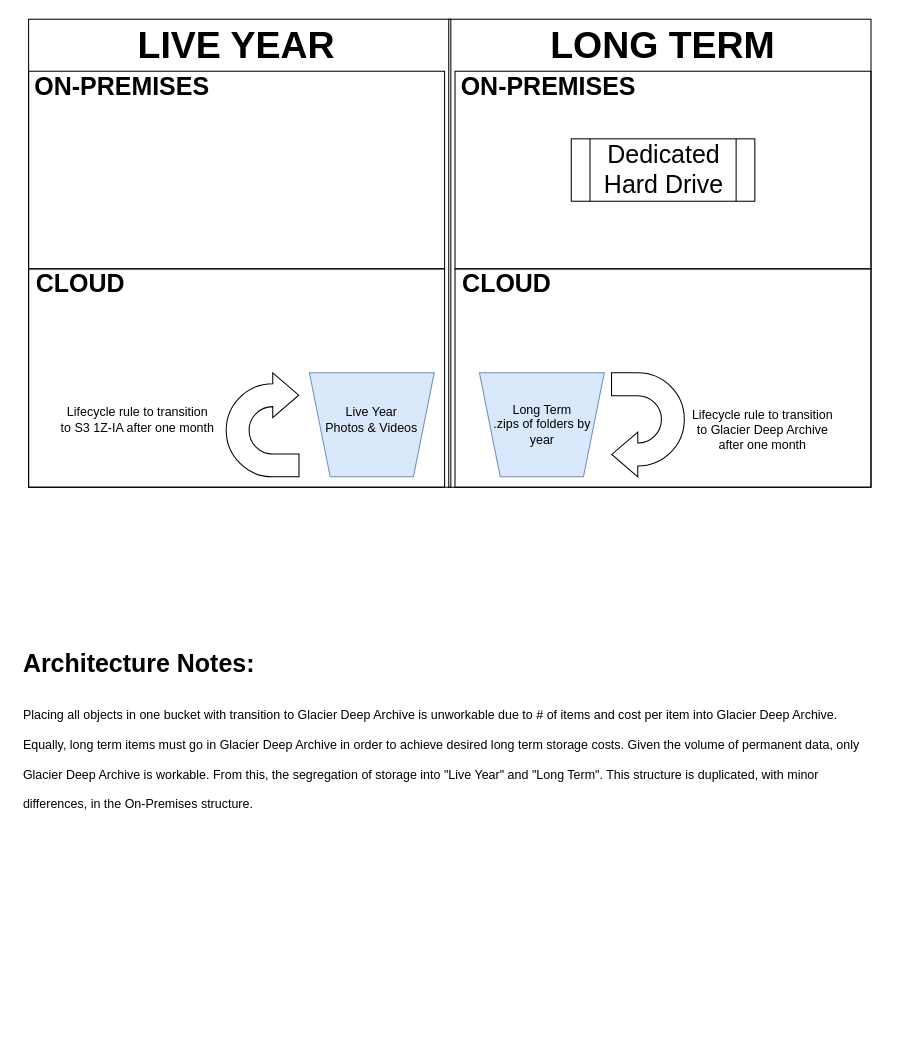
The draw.io diagram S3_Backup_Structure.drawio in ancollis757/generaltools, before the edit. Source tidied: cells renumbered, new cells numbered last; positions are measured from the earlier drawing's top-left corner, leaving out a move shared by most shapes. Both pictures are drawn from the tidied source at 104%, with x=0, y=0 at pixel (18, 19).
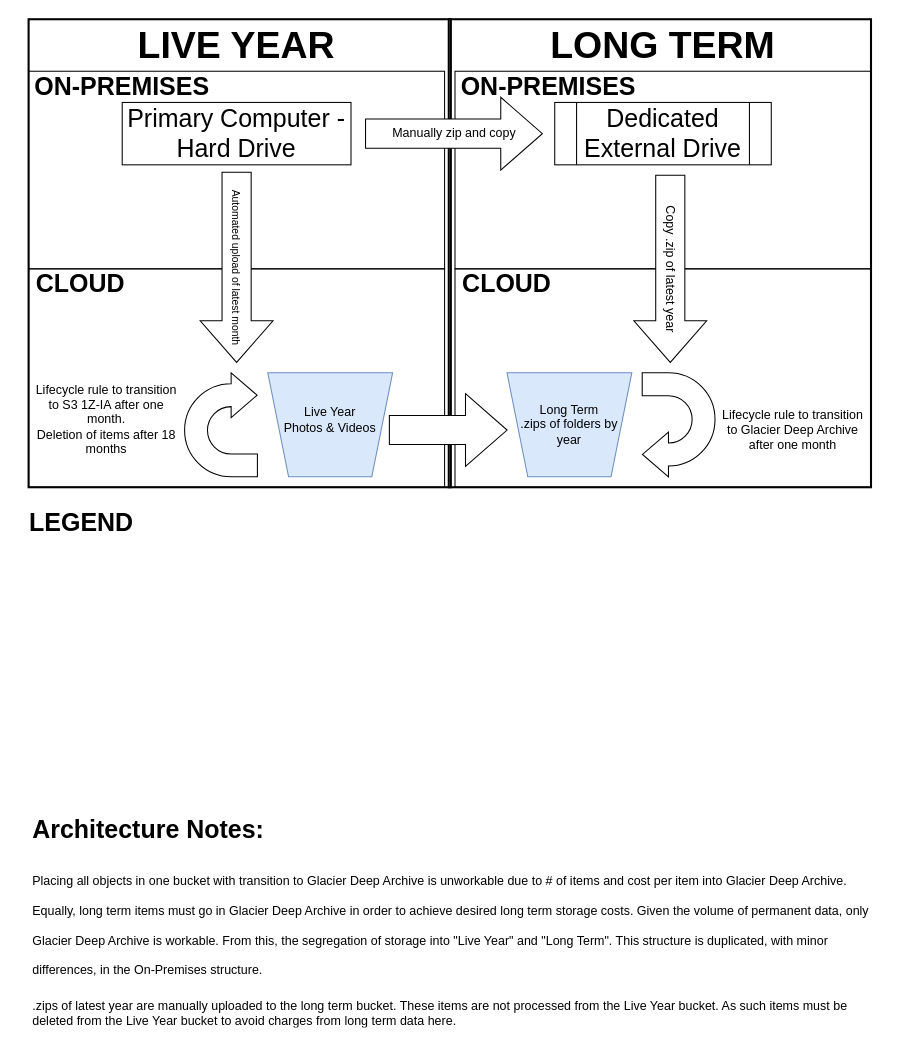
The same diagram, later.

The edit, as a diff of the source:
```diff
@@
-    <mxCell id="6" style="rounded=0;whiteSpace=wrap;html=1;fillColor=none;" parent="1" vertex="1">
+    <mxCell id="6" style="rounded=0;whiteSpace=wrap;html=1;fillColor=none;strokeWidth=2;" parent="1" vertex="1">
       <mxGeometry x="10" width="406" height="450" as="geometry" />
     </mxCell>
-    <mxCell id="7" style="rounded=0;whiteSpace=wrap;html=1;fillColor=none;" parent="1" vertex="1">
+    <mxCell id="7" style="rounded=0;whiteSpace=wrap;html=1;fillColor=none;strokeWidth=2;" parent="1" vertex="1">
       <mxGeometry x="414" width="406" height="450" as="geometry" />
     </mxCell>
     <mxCell id="8" style="shape=trapezoid;perimeter=trapezoidPerimeter;whiteSpace=wrap;html=1;fixedSize=1;rotation=-180;fillColor=#dae8fc;strokeColor=#6c8ebf;" parent="1" vertex="1">
-      <mxGeometry x="280" y="340" width="120" height="100" as="geometry" />
+      <mxGeometry x="240" y="340" width="120" height="100" as="geometry" />
     </mxCell>
     <mxCell id="9" value="Live Year&lt;br&gt;Photos &amp;amp; Videos" style="text;html=1;strokeColor=none;fillColor=none;align=center;verticalAlign=middle;whiteSpace=wrap;rounded=0;" parent="1" vertex="1">
-      <mxGeometry x="290" y="360" width="100" height="50" as="geometry" />
+      <mxGeometry x="250" y="360" width="100" height="50" as="geometry" />
     </mxCell>
     <mxCell id="10" style="shape=trapezoid;perimeter=trapezoidPerimeter;whiteSpace=wrap;html=1;fixedSize=1;rotation=-180;fillColor=#dae8fc;strokeColor=#6c8ebf;" parent="1" vertex="1">
-      <mxGeometry x="443.5" y="340" width="120" height="100" as="geometry" />
+      <mxGeometry x="470" y="340" width="120" height="100" as="geometry" />
     </mxCell>
     <mxCell id="11" value="Long Term&lt;br&gt;.zips of folders by year" style="text;html=1;strokeColor=none;fillColor=none;align=center;verticalAlign=middle;whiteSpace=wrap;rounded=0;" parent="1" vertex="1">
-      <mxGeometry x="453.5" y="350" width="100" height="80" as="geometry" />
+      <mxGeometry x="480" y="350" width="100" height="80" as="geometry" />
     </mxCell>
     <mxCell id="12" style="html=1;shadow=0;dashed=0;align=center;verticalAlign=middle;shape=mxgraph.arrows2.uTurnArrow;dy=11;arrowHead=43;dx2=25;rotation=-180;" parent="1" vertex="1">
-      <mxGeometry x="570.5" y="340" width="70" height="100" as="geometry" />
+      <mxGeometry x="600" y="340" width="70" height="100" as="geometry" />
     </mxCell>
     <mxCell id="13" value="Lifecycle rule to transition to Glacier Deep Archive after one month" style="text;html=1;strokeColor=none;fillColor=none;align=center;verticalAlign=middle;whiteSpace=wrap;rounded=0;" parent="1" vertex="1">
-      <mxGeometry x="640.5" y="350" width="150" height="90" as="geometry" />
+      <mxGeometry x="670" y="350" width="150" height="90" as="geometry" />
     </mxCell>
     <mxCell id="14" style="html=1;shadow=0;dashed=0;align=center;verticalAlign=middle;shape=mxgraph.arrows2.uTurnArrow;dy=11;arrowHead=43;dx2=25;rotation=0;" parent="1" vertex="1">
-      <mxGeometry x="200" y="340" width="70" height="100" as="geometry" />
+      <mxGeometry x="160" y="340" width="70" height="100" as="geometry" />
     </mxCell>
-    <mxCell id="15" value="Lifecycle rule to transition to S3 1Z-IA after one month" style="text;html=1;strokeColor=none;fillColor=none;align=center;verticalAlign=middle;whiteSpace=wrap;rounded=0;" parent="1" vertex="1">
-      <mxGeometry x="40" y="340" width="150" height="90" as="geometry" />
+    <mxCell id="15" value="Lifecycle rule to transition to S3 1Z-IA after one month.&lt;br&gt;Deletion of items after 18 months" style="text;html=1;strokeColor=none;fillColor=none;align=center;verticalAlign=middle;whiteSpace=wrap;rounded=0;" parent="1" vertex="1">
+      <mxGeometry x="10" y="340" width="150" height="90" as="geometry" />
     </mxCell>
-    <mxCell id="16" value="&lt;h1&gt;&lt;span style=&quot;background-color: initial;&quot;&gt;Architecture Notes:&lt;/span&gt;&lt;/h1&gt;&lt;h1&gt;&lt;span style=&quot;background-color: initial; font-size: 12px; font-weight: normal;&quot;&gt;Placing all objects in one bucket with transition to Glacier Deep Archive is unworkable due to # of items and cost per item into Glacier Deep Archive. Equally, long term items must go in Glacier Deep Archive in order to achieve desired long term storage costs. Given the volume of permanent data, only Glacier Deep Archive is workable. From this, the segregation of storage into &quot;Live Year&quot; and &quot;Long Term&quot;. This structure is duplicated, with minor differences, in the On-Premises structure.&lt;/span&gt;&lt;br&gt;&lt;/h1&gt;" style="text;html=1;strokeColor=none;fillColor=none;spacing=5;spacingTop=-20;whiteSpace=wrap;overflow=hidden;rounded=0;" parent="1" vertex="1">
-      <mxGeometry y="600" width="820" height="210" as="geometry" />
+    <mxCell id="16" value="&lt;h1&gt;&lt;span style=&quot;background-color: initial;&quot;&gt;Architecture Notes:&lt;/span&gt;&lt;/h1&gt;&lt;h1&gt;&lt;span style=&quot;background-color: initial; font-size: 12px; font-weight: normal;&quot;&gt;Placing all objects in one bucket with transition to Glacier Deep Archive is unworkable due to # of items and cost per item into Glacier Deep Archive. Equally, long term items must go in Glacier Deep Archive in order to achieve desired long term storage costs. Given the volume of permanent data, only Glacier Deep Archive is workable. From this, the segregation of storage into &quot;Live Year&quot; and &quot;Long Term&quot;. This structure is duplicated, with minor differences, in the On-Premises structure.&lt;/span&gt;&lt;br&gt;&lt;/h1&gt;&lt;div&gt;&lt;span style=&quot;background-color: initial; font-size: 12px; font-weight: normal;&quot;&gt;.zips of latest year are manually uploaded to the long term bucket. These items are not processed from the Live Year bucket. As such items must be deleted from the Live Year bucket to avoid charges from long term data here.&lt;/span&gt;&lt;/div&gt;" style="text;html=1;strokeColor=none;fillColor=none;spacing=5;spacingTop=-20;whiteSpace=wrap;overflow=hidden;rounded=0;" parent="1" vertex="1">
+      <mxGeometry x="9" y="760" width="820" height="210" as="geometry" />
     </mxCell>
@@
-    <mxCell id="23" value="Dedicated Hard Drive" style="shape=process;whiteSpace=wrap;html=1;backgroundOutline=1;fontSize=24;fillColor=none;" parent="1" vertex="1">
-      <mxGeometry x="531.8" y="115" width="176.5" height="60" as="geometry" />
+    <mxCell id="23" value="Dedicated External Drive" style="shape=process;whiteSpace=wrap;html=1;backgroundOutline=1;fontSize=24;fillColor=none;" parent="1" vertex="1">
+      <mxGeometry x="515.9" y="80" width="208.2" height="60" as="geometry" />
     </mxCell>
+    <mxCell id="24" value="Primary Computer - Hard Drive" style="rounded=0;whiteSpace=wrap;html=1;fontSize=24;fillColor=none;" parent="1" vertex="1">
+      <mxGeometry x="100" y="80" width="220" height="60" as="geometry" />
+    </mxCell>
+    <mxCell id="25" value="Manually zip and copy" style="html=1;shadow=0;dashed=0;align=center;verticalAlign=middle;shape=mxgraph.arrows2.arrow;dy=0.6;dx=40;notch=0;fontSize=12;fillColor=default;" parent="1" vertex="1">
+      <mxGeometry x="334" y="75" width="170" height="70" as="geometry" />
+    </mxCell>
+    <mxCell id="26" style="html=1;shadow=0;dashed=0;align=center;verticalAlign=middle;shape=mxgraph.arrows2.arrow;dy=0.6;dx=40;notch=0;fontSize=24;fillColor=default;" parent="1" vertex="1">
+      <mxGeometry x="356.9" y="360" width="113.2" height="70" as="geometry" />
+    </mxCell>
+    <mxCell id="27" value="LEGEND" style="text;html=1;strokeColor=none;fillColor=none;align=center;verticalAlign=middle;whiteSpace=wrap;rounded=0;fontSize=24;fontStyle=1;" parent="1" vertex="1">
+      <mxGeometry x="10" y="470" width="102" height="30" as="geometry" />
+    </mxCell>
+    <mxCell id="28" value="Copy .zip of latest year" style="html=1;shadow=0;dashed=0;align=center;verticalAlign=middle;shape=mxgraph.arrows2.arrow;dy=0.6;dx=40;notch=0;fontSize=12;fillColor=default;rotation=90;" parent="1" vertex="1">
+      <mxGeometry x="537" y="205" width="180" height="70" as="geometry" />
+    </mxCell>
+    <mxCell id="29" value="Automated upload of latest month" style="html=1;shadow=0;dashed=0;align=center;verticalAlign=middle;shape=mxgraph.arrows2.arrow;dy=0.6;dx=40;notch=0;fontSize=10;fillColor=default;rotation=90;" parent="1" vertex="1">
+      <mxGeometry x="118.6" y="203.6" width="182.8" height="70" as="geometry" />
+    </mxCell>
```
